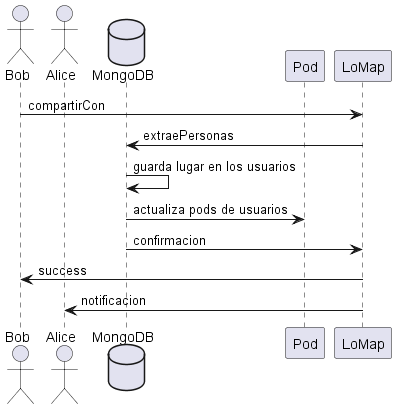
Before: images/InteractiveMap_00.png, a diagram exported from PlantUML (Arquisoft/lomap_es5b). Its diagram source:
```plantuml
@startuml
actor Bob
actor Alice
database MongoDB
participant Pod
participant LoMap
Bob -> LoMap: compartirCon
LoMap -> MongoDB: extraePersonas
MongoDB -> MongoDB: guarda lugar en los usuarios
MongoDB -> Pod: actualiza pods de usuarios
MongoDB -> LoMap: confirmacion
LoMap -> Bob: success
LoMap -> Alice: notificacion
@enduml
```
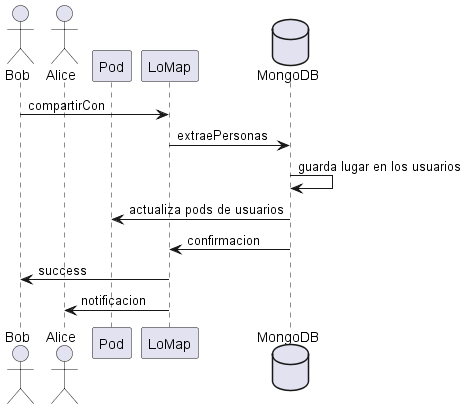
After the commit.

The edit, as a diff of the source:
```diff
@@ -1,9 +1,9 @@
 @startuml
 actor Bob
 actor Alice
-database MongoDB
 participant Pod
 participant LoMap
+database MongoDB
 Bob -> LoMap: compartirCon
 LoMap -> MongoDB: extraePersonas
 MongoDB -> MongoDB: guarda lugar en los usuarios
```
